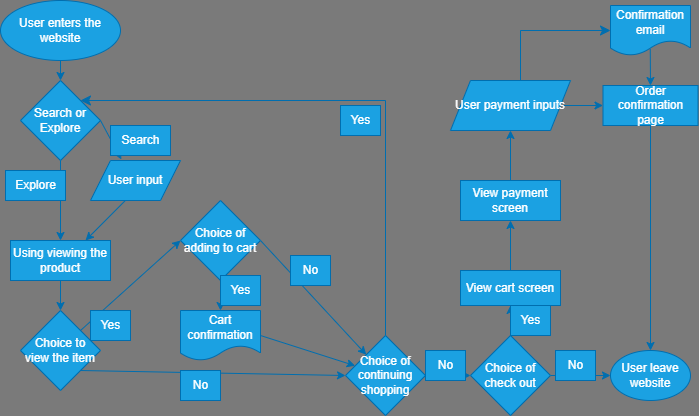
Above: explore/diagramming/diagram.drawio.png in yunzexie/sp23-cse110-lab4 (draw.io), before the change. Source tidied: cells renumbered, new cells last; positions are measured from the earlier drawing's top-left corner, leaving out a move shared by most shapes.
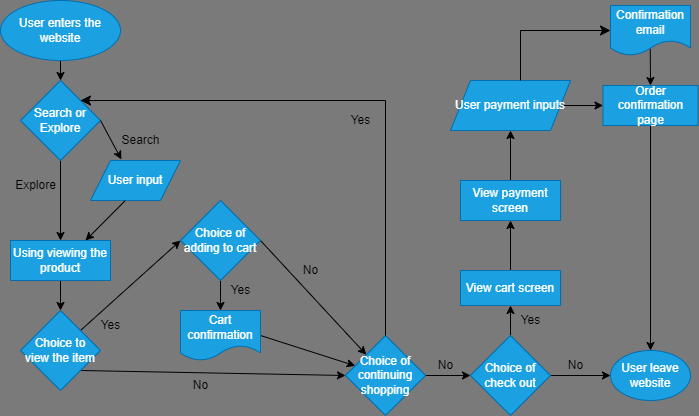
Later version of the same file.

Change to the diagram source:
```diff
@@ -2,153 +2,153 @@
   <root>
     <mxCell id="0" />
     <mxCell id="1" parent="0" />
-    <mxCell id="2" style="edgeStyle=none;html=1;fillColor=#1ba1e2;strokeColor=#006EAF;" parent="1" edge="1">
+    <mxCell id="2" style="edgeStyle=none;html=1;" parent="1" edge="1">
       <mxGeometry relative="1" as="geometry">
         <mxPoint x="60" y="60" as="sourcePoint" />
         <mxPoint x="60" y="80" as="targetPoint" />
       </mxGeometry>
     </mxCell>
-    <mxCell id="3" style="edgeStyle=none;html=1;fillColor=#1ba1e2;strokeColor=#006EAF;" parent="1" edge="1">
+    <mxCell id="3" style="edgeStyle=none;html=1;" parent="1" edge="1">
       <mxGeometry relative="1" as="geometry">
         <mxPoint x="60" y="140" as="sourcePoint" />
         <mxPoint x="60" y="240" as="targetPoint" />
       </mxGeometry>
     </mxCell>
-    <mxCell id="4" value="User enters the website" style="ellipse;whiteSpace=wrap;html=1;rounded=0;fillColor=#1ba1e2;strokeColor=#006EAF;fontColor=#ffffff;" parent="1" vertex="1">
+    <mxCell id="4" value="User enters the website" style="ellipse;whiteSpace=wrap;html=1;rounded=0;fillColor=#1ba1e2;fontColor=#ffffff;strokeColor=#006EAF;" parent="1" vertex="1">
       <mxGeometry width="120" height="60" as="geometry" />
     </mxCell>
-    <mxCell id="5" value="Search or Explore" style="rhombus;whiteSpace=wrap;html=1;rounded=0;fillColor=#1ba1e2;strokeColor=#006EAF;fontColor=#ffffff;" parent="1" vertex="1">
+    <mxCell id="5" value="Search or Explore" style="rhombus;whiteSpace=wrap;html=1;rounded=0;fillColor=#1ba1e2;fontColor=#ffffff;strokeColor=#006EAF;" parent="1" vertex="1">
       <mxGeometry x="20" y="80" width="80" height="80" as="geometry" />
     </mxCell>
-    <mxCell id="6" style="edgeStyle=none;html=1;exitX=1;exitY=1;exitDx=0;exitDy=0;entryX=0.343;entryY=-0.028;entryDx=0;entryDy=0;entryPerimeter=0;fillColor=#1ba1e2;strokeColor=#006EAF;" parent="1" edge="1" target="7">
+    <mxCell id="6" style="edgeStyle=none;html=1;exitX=1;exitY=1;exitDx=0;exitDy=0;entryX=0.343;entryY=-0.028;entryDx=0;entryDy=0;entryPerimeter=0;" parent="1" edge="1" target="7">
       <mxGeometry relative="1" as="geometry">
         <mxPoint x="100" y="120" as="sourcePoint" />
       </mxGeometry>
     </mxCell>
-    <mxCell id="7" value="User input" style="shape=parallelogram;perimeter=parallelogramPerimeter;whiteSpace=wrap;html=1;fixedSize=1;rounded=0;fillColor=#1ba1e2;strokeColor=#006EAF;fontColor=#ffffff;" parent="1" vertex="1">
+    <mxCell id="7" value="User input" style="shape=parallelogram;perimeter=parallelogramPerimeter;whiteSpace=wrap;html=1;fixedSize=1;rounded=0;fillColor=#1ba1e2;fontColor=#ffffff;strokeColor=#006EAF;" parent="1" vertex="1">
       <mxGeometry x="90" y="160" width="90" height="40" as="geometry" />
     </mxCell>
-    <mxCell id="8" value="Search" style="text;html=1;align=center;verticalAlign=middle;strokeColor=#006EAF;fillColor=#1ba1e2;fontColor=#ffffff;" parent="1" vertex="1">
+    <mxCell id="8" value="Search" style="text;html=1;align=center;verticalAlign=middle;strokeColor=none;fillColor=none;" parent="1" vertex="1">
       <mxGeometry x="110" y="125" width="60" height="30" as="geometry" />
     </mxCell>
-    <mxCell id="9" value="Explore" style="text;html=1;align=center;verticalAlign=middle;strokeColor=#006EAF;fillColor=#1ba1e2;fontColor=#ffffff;" parent="1" vertex="1">
+    <mxCell id="9" value="Explore" style="text;html=1;align=center;verticalAlign=middle;strokeColor=none;fillColor=none;" parent="1" vertex="1">
       <mxGeometry x="5" y="170" width="60" height="30" as="geometry" />
     </mxCell>
-    <mxCell id="10" style="edgeStyle=none;jettySize=auto;html=1;exitX=0.387;exitY=1;exitDx=0;exitDy=0;exitPerimeter=0;entryX=0.75;entryY=0;entryDx=0;entryDy=0;fillColor=#1ba1e2;strokeColor=#006EAF;" parent="1" edge="1" source="7" target="12">
+    <mxCell id="10" style="edgeStyle=none;jettySize=auto;html=1;exitX=0.387;exitY=1;exitDx=0;exitDy=0;exitPerimeter=0;entryX=0.75;entryY=0;entryDx=0;entryDy=0;" parent="1" edge="1" source="7" target="12">
       <mxGeometry relative="1" as="geometry" />
     </mxCell>
-    <mxCell id="11" style="edgeStyle=none;html=1;exitX=0.5;exitY=1;exitDx=0;exitDy=0;entryX=0.5;entryY=0;entryDx=0;entryDy=0;fillColor=#1ba1e2;strokeColor=#006EAF;" parent="1" edge="1" source="12" target="15">
+    <mxCell id="11" style="edgeStyle=none;html=1;exitX=0.5;exitY=1;exitDx=0;exitDy=0;entryX=0.5;entryY=0;entryDx=0;entryDy=0;" parent="1" edge="1" source="12" target="15">
       <mxGeometry relative="1" as="geometry" />
     </mxCell>
-    <mxCell id="12" value="Using viewing the product" style="whiteSpace=wrap;html=1;rounded=0;fillColor=#1ba1e2;strokeColor=#006EAF;fontColor=#ffffff;" parent="1" vertex="1">
+    <mxCell id="12" value="Using viewing the product" style="whiteSpace=wrap;html=1;rounded=0;fillColor=#1ba1e2;fontColor=#ffffff;strokeColor=#006EAF;" parent="1" vertex="1">
       <mxGeometry x="10" y="240" width="100" height="40" as="geometry" />
     </mxCell>
-    <mxCell id="13" style="edgeStyle=none;html=1;exitX=1;exitY=0;exitDx=0;exitDy=0;entryX=0;entryY=0.5;entryDx=0;entryDy=0;fillColor=#1ba1e2;strokeColor=#006EAF;" parent="1" edge="1" source="15" target="22">
+    <mxCell id="13" style="edgeStyle=none;html=1;exitX=1;exitY=0;exitDx=0;exitDy=0;entryX=0;entryY=0.5;entryDx=0;entryDy=0;" parent="1" edge="1" source="15" target="22">
       <mxGeometry relative="1" as="geometry" />
     </mxCell>
-    <mxCell id="14" style="edgeStyle=none;html=1;exitX=1;exitY=1;exitDx=0;exitDy=0;entryX=0;entryY=0.5;entryDx=0;entryDy=0;fillColor=#1ba1e2;strokeColor=#006EAF;" parent="1" edge="1" source="15" target="19">
+    <mxCell id="14" style="edgeStyle=none;html=1;exitX=1;exitY=1;exitDx=0;exitDy=0;entryX=0;entryY=0.5;entryDx=0;entryDy=0;" parent="1" edge="1" source="15" target="19">
       <mxGeometry relative="1" as="geometry" />
     </mxCell>
-    <mxCell id="15" value="Choice to view the item" style="rhombus;whiteSpace=wrap;html=1;rounded=0;fillColor=#1ba1e2;strokeColor=#006EAF;fontColor=#ffffff;" parent="1" vertex="1">
+    <mxCell id="15" value="Choice to view the item" style="rhombus;whiteSpace=wrap;html=1;rounded=0;fillColor=#1ba1e2;fontColor=#ffffff;strokeColor=#006EAF;" parent="1" vertex="1">
       <mxGeometry x="20" y="310" width="80" height="80" as="geometry" />
     </mxCell>
-    <mxCell id="16" value="Yes" style="text;html=1;align=center;verticalAlign=middle;strokeColor=#006EAF;fillColor=#1ba1e2;fontColor=#ffffff;" parent="1" vertex="1">
+    <mxCell id="16" value="Yes" style="text;html=1;align=center;verticalAlign=middle;strokeColor=none;fillColor=none;" parent="1" vertex="1">
       <mxGeometry x="90" y="310" width="40" height="30" as="geometry" />
     </mxCell>
-    <mxCell id="17" value="No" style="text;html=1;align=center;verticalAlign=middle;strokeColor=#006EAF;fillColor=#1ba1e2;fontColor=#ffffff;" parent="1" vertex="1">
+    <mxCell id="17" value="No" style="text;html=1;align=center;verticalAlign=middle;strokeColor=none;fillColor=none;" parent="1" vertex="1">
       <mxGeometry x="180" y="370" width="40" height="30" as="geometry" />
     </mxCell>
-    <mxCell id="18" style="edgeStyle=none;html=1;exitX=1;exitY=0.5;exitDx=0;exitDy=0;entryX=0;entryY=0.5;entryDx=0;entryDy=0;fillColor=#1ba1e2;strokeColor=#006EAF;" parent="1" edge="1" source="19" target="31">
+    <mxCell id="18" style="edgeStyle=none;html=1;exitX=1;exitY=0.5;exitDx=0;exitDy=0;entryX=0;entryY=0.5;entryDx=0;entryDy=0;" parent="1" edge="1" source="19" target="31">
       <mxGeometry relative="1" as="geometry" />
     </mxCell>
-    <mxCell id="19" value="Choice of continuing shopping" style="rhombus;whiteSpace=wrap;html=1;rounded=0;fillColor=#1ba1e2;strokeColor=#006EAF;fontColor=#ffffff;" parent="1" vertex="1">
+    <mxCell id="19" value="Choice of continuing shopping" style="rhombus;whiteSpace=wrap;html=1;rounded=0;fillColor=#1ba1e2;fontColor=#ffffff;strokeColor=#006EAF;" parent="1" vertex="1">
       <mxGeometry x="345" y="335" width="80" height="80" as="geometry" />
     </mxCell>
-    <mxCell id="20" style="edgeStyle=none;html=1;exitX=0.5;exitY=1;exitDx=0;exitDy=0;entryX=0.5;entryY=0;entryDx=0;entryDy=0;fillColor=#1ba1e2;strokeColor=#006EAF;" parent="1" edge="1" source="22" target="24">
+    <mxCell id="20" style="edgeStyle=none;html=1;exitX=0.5;exitY=1;exitDx=0;exitDy=0;entryX=0.5;entryY=0;entryDx=0;entryDy=0;" parent="1" edge="1" source="22" target="24">
       <mxGeometry relative="1" as="geometry" />
     </mxCell>
-    <mxCell id="21" style="edgeStyle=none;html=1;exitX=1;exitY=0.5;exitDx=0;exitDy=0;fillColor=#1ba1e2;strokeColor=#006EAF;" parent="1" edge="1" source="22" target="19">
+    <mxCell id="21" style="edgeStyle=none;html=1;exitX=1;exitY=0.5;exitDx=0;exitDy=0;" parent="1" edge="1" source="22" target="19">
       <mxGeometry relative="1" as="geometry" />
     </mxCell>
-    <mxCell id="22" value="Choice of adding to cart" style="rhombus;whiteSpace=wrap;html=1;rounded=0;fillColor=#1ba1e2;strokeColor=#006EAF;fontColor=#ffffff;" parent="1" vertex="1">
+    <mxCell id="22" value="Choice of adding to cart" style="rhombus;whiteSpace=wrap;html=1;rounded=0;fillColor=#1ba1e2;fontColor=#ffffff;strokeColor=#006EAF;" parent="1" vertex="1">
       <mxGeometry x="180" y="200" width="80" height="80" as="geometry" />
     </mxCell>
-    <mxCell id="23" style="edgeStyle=none;html=1;exitX=1;exitY=0.5;exitDx=0;exitDy=0;fillColor=#1ba1e2;strokeColor=#006EAF;" parent="1" edge="1" source="24" target="19">
+    <mxCell id="23" style="edgeStyle=none;html=1;exitX=1;exitY=0.5;exitDx=0;exitDy=0;" parent="1" edge="1" source="24" target="19">
       <mxGeometry relative="1" as="geometry" />
     </mxCell>
-    <mxCell id="24" value="Cart confirmation" style="shape=document;whiteSpace=wrap;html=1;boundedLbl=1;rounded=0;fillColor=#1ba1e2;strokeColor=#006EAF;fontColor=#ffffff;" parent="1" vertex="1">
+    <mxCell id="24" value="Cart confirmation" style="shape=document;whiteSpace=wrap;html=1;boundedLbl=1;rounded=0;fillColor=#1ba1e2;fontColor=#ffffff;strokeColor=#006EAF;" parent="1" vertex="1">
       <mxGeometry x="180" y="310" width="80" height="50" as="geometry" />
     </mxCell>
-    <mxCell id="25" value="Yes" style="text;html=1;align=center;verticalAlign=middle;strokeColor=#006EAF;fillColor=#1ba1e2;fontColor=#ffffff;" parent="1" vertex="1">
+    <mxCell id="25" value="Yes" style="text;html=1;align=center;verticalAlign=middle;strokeColor=none;fillColor=none;" parent="1" vertex="1">
       <mxGeometry x="220" y="275" width="40" height="30" as="geometry" />
     </mxCell>
-    <mxCell id="26" value="No" style="text;html=1;align=center;verticalAlign=middle;strokeColor=#006EAF;fillColor=#1ba1e2;fontColor=#ffffff;" parent="1" vertex="1">
+    <mxCell id="26" value="No" style="text;html=1;align=center;verticalAlign=middle;strokeColor=none;fillColor=none;" parent="1" vertex="1">
       <mxGeometry x="290" y="255" width="40" height="30" as="geometry" />
     </mxCell>
-    <mxCell id="27" style="edgeStyle=segmentEdgeStyle;endArrow=classic;html=1;curved=0;rounded=0;endSize=8;startSize=8;sourcePerimeterSpacing=0;targetPerimeterSpacing=0;entryX=1;entryY=0;entryDx=0;entryDy=0;exitX=0.5;exitY=0;exitDx=0;exitDy=0;fillColor=#1ba1e2;strokeColor=#006EAF;" parent="1" edge="1" source="19" target="5">
+    <mxCell id="27" style="edgeStyle=segmentEdgeStyle;endArrow=classic;html=1;curved=0;rounded=0;endSize=8;startSize=8;sourcePerimeterSpacing=0;targetPerimeterSpacing=0;entryX=1;entryY=0;entryDx=0;entryDy=0;exitX=0.5;exitY=0;exitDx=0;exitDy=0;" parent="1" edge="1" source="19" target="5">
       <mxGeometry relative="1" as="geometry">
         <Array as="points">
           <mxPoint x="385" y="100" />
         </Array>
       </mxGeometry>
     </mxCell>
-    <mxCell id="28" value="Yes" style="text;html=1;align=center;verticalAlign=middle;strokeColor=#006EAF;fillColor=#1ba1e2;fontColor=#ffffff;" parent="1" vertex="1">
+    <mxCell id="28" value="Yes" style="text;html=1;align=center;verticalAlign=middle;strokeColor=none;fillColor=none;" parent="1" vertex="1">
       <mxGeometry x="340" y="105" width="40" height="30" as="geometry" />
     </mxCell>
-    <mxCell id="29" style="edgeStyle=none;html=1;exitX=0.5;exitY=0;exitDx=0;exitDy=0;entryX=0.5;entryY=1;entryDx=0;entryDy=0;fillColor=#1ba1e2;strokeColor=#006EAF;" parent="1" edge="1" source="31" target="34">
+    <mxCell id="29" style="edgeStyle=none;html=1;exitX=0.5;exitY=0;exitDx=0;exitDy=0;entryX=0.5;entryY=1;entryDx=0;entryDy=0;" parent="1" edge="1" source="31" target="34">
       <mxGeometry relative="1" as="geometry" />
     </mxCell>
-    <mxCell id="30" style="edgeStyle=none;html=1;exitX=1;exitY=0.5;exitDx=0;exitDy=0;fillColor=#1ba1e2;strokeColor=#006EAF;" parent="1" edge="1" source="31">
+    <mxCell id="30" style="edgeStyle=none;html=1;exitX=1;exitY=0.5;exitDx=0;exitDy=0;" parent="1" edge="1" source="31">
       <mxGeometry relative="1" as="geometry">
         <mxPoint x="610" y="375" as="targetPoint" />
       </mxGeometry>
     </mxCell>
-    <mxCell id="31" value="Choice of check out" style="rhombus;whiteSpace=wrap;html=1;rounded=0;fillColor=#1ba1e2;strokeColor=#006EAF;fontColor=#ffffff;" parent="1" vertex="1">
+    <mxCell id="31" value="Choice of check out" style="rhombus;whiteSpace=wrap;html=1;rounded=0;fillColor=#1ba1e2;fontColor=#ffffff;strokeColor=#006EAF;" parent="1" vertex="1">
       <mxGeometry x="470" y="335" width="80" height="80" as="geometry" />
     </mxCell>
-    <mxCell id="32" value="No" style="text;html=1;align=center;verticalAlign=middle;strokeColor=#006EAF;fillColor=#1ba1e2;fontColor=#ffffff;" parent="1" vertex="1">
+    <mxCell id="32" value="No" style="text;html=1;align=center;verticalAlign=middle;strokeColor=none;fillColor=none;" parent="1" vertex="1">
       <mxGeometry x="425" y="350" width="40" height="30" as="geometry" />
     </mxCell>
-    <mxCell id="33" style="edgeStyle=none;html=1;entryX=0.5;entryY=1;entryDx=0;entryDy=0;fillColor=#1ba1e2;strokeColor=#006EAF;" parent="1" edge="1" source="34" target="39">
+    <mxCell id="33" style="edgeStyle=none;html=1;entryX=0.5;entryY=1;entryDx=0;entryDy=0;" parent="1" edge="1" source="34" target="39">
       <mxGeometry relative="1" as="geometry" />
     </mxCell>
-    <mxCell id="34" value="View cart screen&lt;br&gt;" style="whiteSpace=wrap;html=1;rounded=0;fillColor=#1ba1e2;strokeColor=#006EAF;fontColor=#ffffff;" parent="1" vertex="1">
+    <mxCell id="34" value="View cart screen&lt;br&gt;" style="whiteSpace=wrap;html=1;rounded=0;fillColor=#1ba1e2;fontColor=#ffffff;strokeColor=#006EAF;" parent="1" vertex="1">
       <mxGeometry x="460" y="270" width="100" height="35" as="geometry" />
     </mxCell>
-    <mxCell id="35" value="User leave website" style="ellipse;whiteSpace=wrap;html=1;rounded=0;fillColor=#1ba1e2;strokeColor=#006EAF;fontColor=#ffffff;" parent="1" vertex="1">
+    <mxCell id="35" value="User leave website" style="ellipse;whiteSpace=wrap;html=1;rounded=0;fillColor=#1ba1e2;fontColor=#ffffff;strokeColor=#006EAF;" parent="1" vertex="1">
       <mxGeometry x="610" y="350" width="80" height="50" as="geometry" />
     </mxCell>
-    <mxCell id="36" value="Yes" style="text;html=1;align=center;verticalAlign=middle;strokeColor=#006EAF;fillColor=#1ba1e2;fontColor=#ffffff;" parent="1" vertex="1">
+    <mxCell id="36" value="Yes" style="text;html=1;align=center;verticalAlign=middle;strokeColor=none;fillColor=none;" parent="1" vertex="1">
       <mxGeometry x="510" y="305" width="40" height="30" as="geometry" />
     </mxCell>
-    <mxCell id="37" value="No" style="text;html=1;align=center;verticalAlign=middle;strokeColor=#006EAF;fillColor=#1ba1e2;fontColor=#ffffff;" parent="1" vertex="1">
+    <mxCell id="37" value="No" style="text;html=1;align=center;verticalAlign=middle;strokeColor=none;fillColor=none;" parent="1" vertex="1">
       <mxGeometry x="555" y="350" width="40" height="30" as="geometry" />
     </mxCell>
-    <mxCell id="38" style="edgeStyle=none;html=1;entryX=0.5;entryY=1;entryDx=0;entryDy=0;fillColor=#1ba1e2;strokeColor=#006EAF;" parent="1" edge="1" source="39" target="41">
+    <mxCell id="38" style="edgeStyle=none;html=1;entryX=0.5;entryY=1;entryDx=0;entryDy=0;" parent="1" edge="1" source="39" target="41">
       <mxGeometry relative="1" as="geometry" />
     </mxCell>
-    <mxCell id="39" value="View payment screen" style="whiteSpace=wrap;html=1;rounded=0;fillColor=#1ba1e2;strokeColor=#006EAF;fontColor=#ffffff;" parent="1" vertex="1">
+    <mxCell id="39" value="View payment screen" style="whiteSpace=wrap;html=1;rounded=0;fillColor=#1ba1e2;fontColor=#ffffff;strokeColor=#006EAF;" parent="1" vertex="1">
       <mxGeometry x="460" y="180" width="100" height="40" as="geometry" />
     </mxCell>
-    <mxCell id="40" style="edgeStyle=none;html=1;entryX=0;entryY=0.5;entryDx=0;entryDy=0;fillColor=#1ba1e2;strokeColor=#006EAF;" parent="1" edge="1" source="41" target="43">
+    <mxCell id="40" style="edgeStyle=none;html=1;entryX=0;entryY=0.5;entryDx=0;entryDy=0;" parent="1" edge="1" source="41" target="43">
       <mxGeometry relative="1" as="geometry" />
     </mxCell>
-    <mxCell id="41" value="User payment inputs" style="shape=parallelogram;perimeter=parallelogramPerimeter;whiteSpace=wrap;html=1;fixedSize=1;rounded=0;fillColor=#1ba1e2;strokeColor=#006EAF;fontColor=#ffffff;" parent="1" vertex="1">
+    <mxCell id="41" value="User payment inputs" style="shape=parallelogram;perimeter=parallelogramPerimeter;whiteSpace=wrap;html=1;fixedSize=1;rounded=0;fillColor=#1ba1e2;fontColor=#ffffff;strokeColor=#006EAF;" parent="1" vertex="1">
       <mxGeometry x="450" y="80" width="120" height="50" as="geometry" />
     </mxCell>
-    <mxCell id="42" style="edgeStyle=none;html=1;exitX=0.5;exitY=1;exitDx=0;exitDy=0;entryX=0.5;entryY=0;entryDx=0;entryDy=0;fillColor=#1ba1e2;strokeColor=#006EAF;" parent="1" edge="1" source="43" target="35">
+    <mxCell id="42" style="edgeStyle=none;html=1;exitX=0.5;exitY=1;exitDx=0;exitDy=0;entryX=0.5;entryY=0;entryDx=0;entryDy=0;" parent="1" edge="1" source="43" target="35">
       <mxGeometry relative="1" as="geometry" />
     </mxCell>
-    <mxCell id="43" value="Order confirmation page" style="whiteSpace=wrap;html=1;rounded=0;fillColor=#1ba1e2;strokeColor=#006EAF;fontColor=#ffffff;" parent="1" vertex="1">
+    <mxCell id="43" value="Order confirmation page" style="whiteSpace=wrap;html=1;rounded=0;fillColor=#1ba1e2;fontColor=#ffffff;strokeColor=#006EAF;" parent="1" vertex="1">
       <mxGeometry x="602.5" y="85" width="95" height="40" as="geometry" />
     </mxCell>
-    <mxCell id="44" style="edgeStyle=none;html=1;entryX=0.5;entryY=0;entryDx=0;entryDy=0;exitX=0.497;exitY=0.867;exitDx=0;exitDy=0;exitPerimeter=0;fillColor=#1ba1e2;strokeColor=#006EAF;" parent="1" edge="1" source="45" target="43">
+    <mxCell id="44" style="edgeStyle=none;html=1;entryX=0.5;entryY=0;entryDx=0;entryDy=0;exitX=0.497;exitY=0.867;exitDx=0;exitDy=0;exitPerimeter=0;" parent="1" edge="1" source="45" target="43">
       <mxGeometry relative="1" as="geometry" />
     </mxCell>
-    <mxCell id="45" value="Confirmation email" style="shape=document;whiteSpace=wrap;html=1;boundedLbl=1;rounded=0;fillColor=#1ba1e2;strokeColor=#006EAF;fontColor=#ffffff;" parent="1" vertex="1">
+    <mxCell id="45" value="Confirmation email" style="shape=document;whiteSpace=wrap;html=1;boundedLbl=1;rounded=0;fillColor=#1ba1e2;fontColor=#ffffff;strokeColor=#006EAF;" parent="1" vertex="1">
       <mxGeometry x="610" y="5" width="80" height="50" as="geometry" />
     </mxCell>
-    <mxCell id="46" style="edgeStyle=segmentEdgeStyle;endArrow=classic;html=1;curved=0;rounded=0;endSize=8;startSize=8;sourcePerimeterSpacing=0;targetPerimeterSpacing=0;entryX=0;entryY=0.5;entryDx=0;entryDy=0;fillColor=#1ba1e2;strokeColor=#006EAF;" parent="1" edge="1" target="45">
+    <mxCell id="46" style="edgeStyle=segmentEdgeStyle;endArrow=classic;html=1;curved=0;rounded=0;endSize=8;startSize=8;sourcePerimeterSpacing=0;targetPerimeterSpacing=0;entryX=0;entryY=0.5;entryDx=0;entryDy=0;" parent="1" edge="1" target="45">
       <mxGeometry relative="1" as="geometry">
         <mxPoint x="520" y="80" as="sourcePoint" />
         <Array as="points">
```
